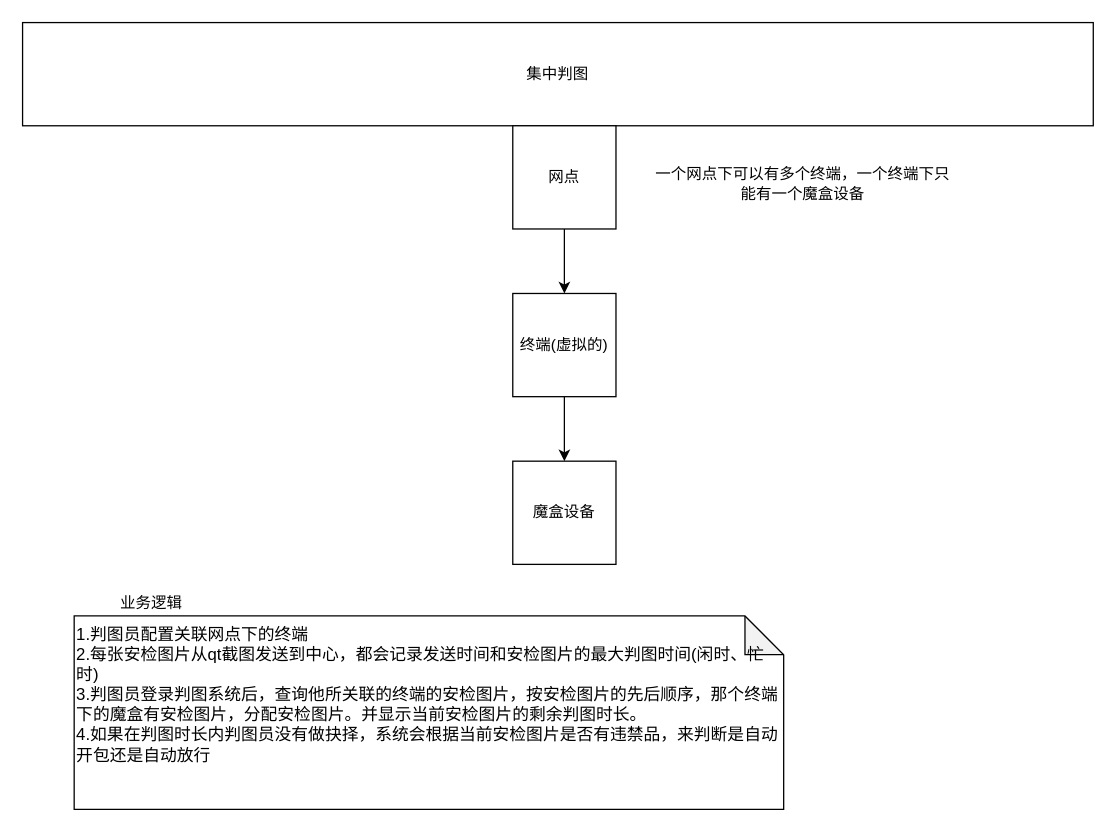
4746505/drawio keeps this draw.io diagram as 集中判图/未命名绘图.drawio. Above is the earlier version. Source tidied: cells renumbered, new cells numbered last; positions are measured from the earlier drawing's top-left corner, leaving out a move shared by most shapes. Both pictures are drawn from the tidied source at 129%, with x=0, y=0 at pixel (22, 22).
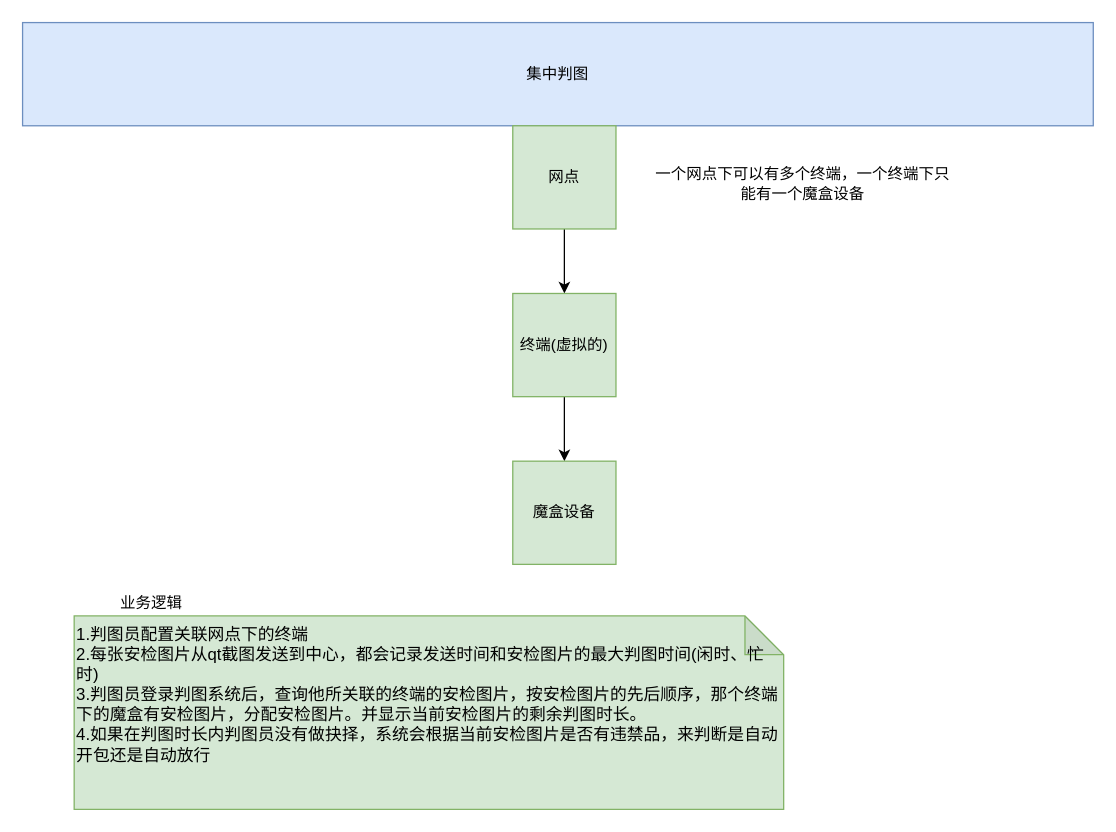
After the change.

Commit message:
更新未命名绘图.drawio

The edit, as a diff of the source:
```diff
@@
 <mxGraphModel>
   <root>
     <mxCell id="0" />
     <mxCell id="1" parent="0" />
-    <mxCell id="2" value="集中判图" style="rounded=0;whiteSpace=wrap;html=1;" parent="1" vertex="1">
+    <mxCell id="2" value="集中判图" style="rounded=0;whiteSpace=wrap;html=1;fillColor=#dae8fc;strokeColor=#6c8ebf;" parent="1" vertex="1">
       <mxGeometry width="830" height="80" as="geometry" />
     </mxCell>
     <mxCell id="3" style="edgeStyle=orthogonalEdgeStyle;rounded=0;jettySize=auto;html=1;" parent="1" edge="1" source="4" target="6">
       <mxGeometry relative="1" as="geometry" />
     </mxCell>
-    <mxCell id="4" value="网点" style="whiteSpace=wrap;html=1;" parent="1" vertex="1">
+    <mxCell id="4" value="网点" style="whiteSpace=wrap;html=1;fillColor=#d5e8d4;strokeColor=#82b366;" parent="1" vertex="1">
       <mxGeometry x="380" y="80" width="80" height="80" as="geometry" />
     </mxCell>
     <mxCell id="5" style="edgeStyle=orthogonalEdgeStyle;rounded=0;jettySize=auto;html=1;" parent="1" edge="1" source="6" target="7">
       <mxGeometry relative="1" as="geometry" />
     </mxCell>
-    <mxCell id="6" value="终端(虚拟的)" style="whiteSpace=wrap;html=1;" parent="1" vertex="1">
+    <mxCell id="6" value="终端(虚拟的)" style="whiteSpace=wrap;html=1;fillColor=#d5e8d4;strokeColor=#82b366;" parent="1" vertex="1">
       <mxGeometry x="380" y="210" width="80" height="80" as="geometry" />
     </mxCell>
-    <mxCell id="7" value="魔盒设备" style="whiteSpace=wrap;html=1;" parent="1" vertex="1">
+    <mxCell id="7" value="魔盒设备" style="whiteSpace=wrap;html=1;fillColor=#d5e8d4;strokeColor=#82b366;" parent="1" vertex="1">
       <mxGeometry x="380" y="340" width="80" height="80" as="geometry" />
     </mxCell>
     <mxCell id="8" value="一个网点下可以有多个终端，一个终端下只能有一个魔盒设备" style="text;html=1;strokeColor=none;fillColor=none;align=center;verticalAlign=middle;whiteSpace=wrap;rounded=0;" parent="1" vertex="1">
       <mxGeometry x="490" y="110" width="230" height="30" as="geometry" />
     </mxCell>
     <mxCell id="9" value="业务逻辑" style="text;html=1;strokeColor=none;fillColor=none;align=center;verticalAlign=middle;whiteSpace=wrap;rounded=0;" parent="1" vertex="1">
       <mxGeometry x="40" y="440" width="120" height="20" as="geometry" />
     </mxCell>
-    <mxCell id="10" value="1.判图员配置关联网点下的终端&lt;br style=&quot;font-size: 13px&quot;&gt;2.每张安检图片从qt截图发送到中心，都会记录发送时间和安检图片的最大判图时间(闲时、忙时)&lt;br style=&quot;font-size: 13px&quot;&gt;3.判图员登录判图系统后，查询他所关联的终端的安检图片，按安检图片的先后顺序，那个终端下的魔盒有安检图片，分配安检图片。并显示当前安检图片的剩余判图时长。&lt;br style=&quot;font-size: 13px&quot;&gt;4.如果在判图时长内判图员没有做抉择，系统会根据当前安检图片是否有违禁品，来判断是自动开包还是自动放行" style="shape=note;whiteSpace=wrap;html=1;backgroundOutline=1;darkOpacity=0.05;align=left;verticalAlign=top;fontSize=13;" parent="1" vertex="1">
+    <mxCell id="10" value="1.判图员配置关联网点下的终端&lt;br style=&quot;font-size: 13px&quot;&gt;2.每张安检图片从qt截图发送到中心，都会记录发送时间和安检图片的最大判图时间(闲时、忙时)&lt;br style=&quot;font-size: 13px&quot;&gt;3.判图员登录判图系统后，查询他所关联的终端的安检图片，按安检图片的先后顺序，那个终端下的魔盒有安检图片，分配安检图片。并显示当前安检图片的剩余判图时长。&lt;br style=&quot;font-size: 13px&quot;&gt;4.如果在判图时长内判图员没有做抉择，系统会根据当前安检图片是否有违禁品，来判断是自动开包还是自动放行" style="shape=note;whiteSpace=wrap;html=1;backgroundOutline=1;darkOpacity=0.05;align=left;verticalAlign=top;fontSize=13;fillColor=#d5e8d4;strokeColor=#82b366;" parent="1" vertex="1">
       <mxGeometry x="40" y="460" width="550" height="150" as="geometry" />
     </mxCell>
   </root>
 </mxGraphModel>
```
